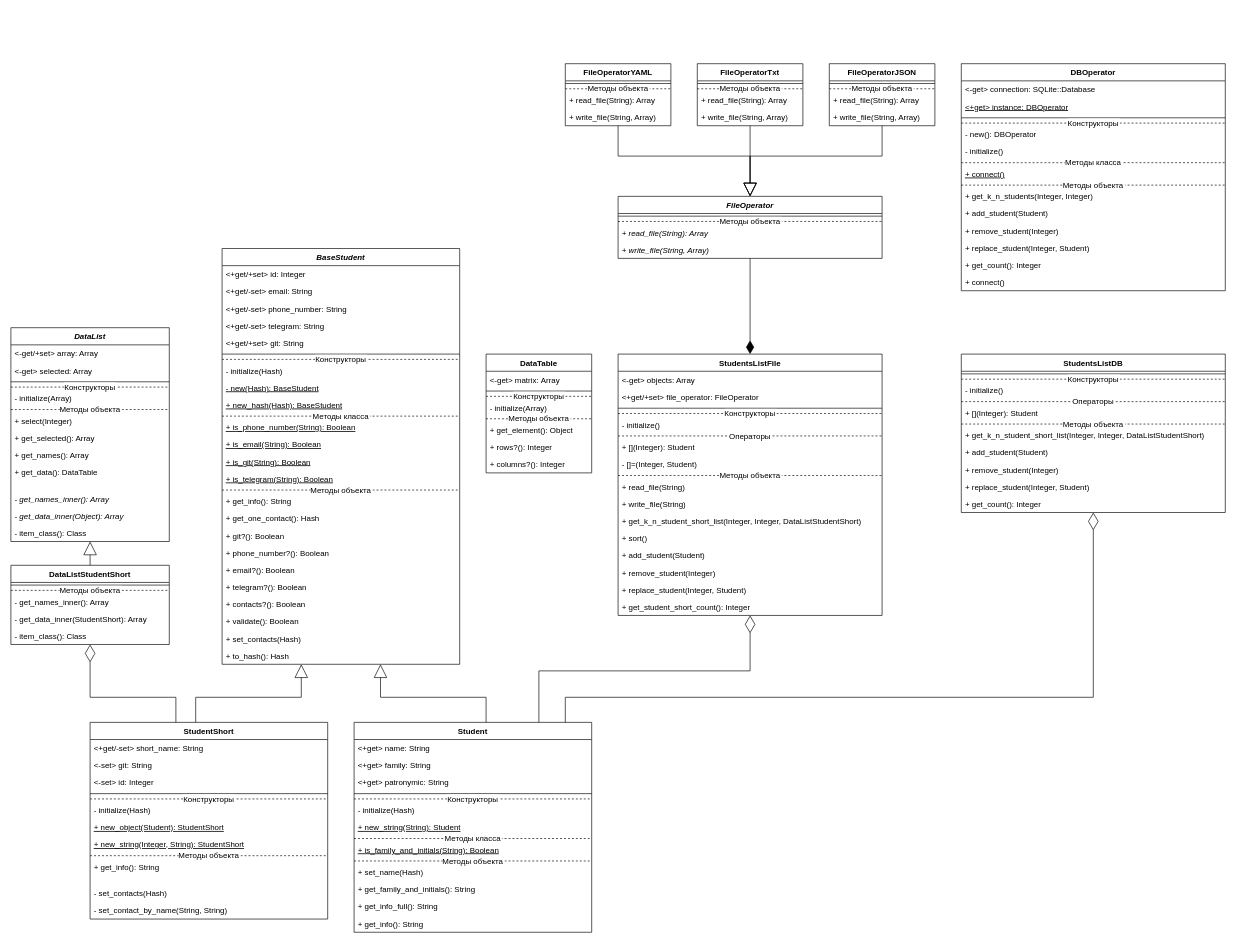
The draw.io diagram StudentProject/docs/ClassDiagram.drawio in KirSaxhlil/PatternLabs, before the edit. Source tidied: cells renumbered, new cells numbered last; positions are measured from the earlier drawing's top-left corner, leaving out a move shared by most shapes. Both pictures are drawn from the tidied source at 66%, with x=0, y=0 at pixel (11, 63).
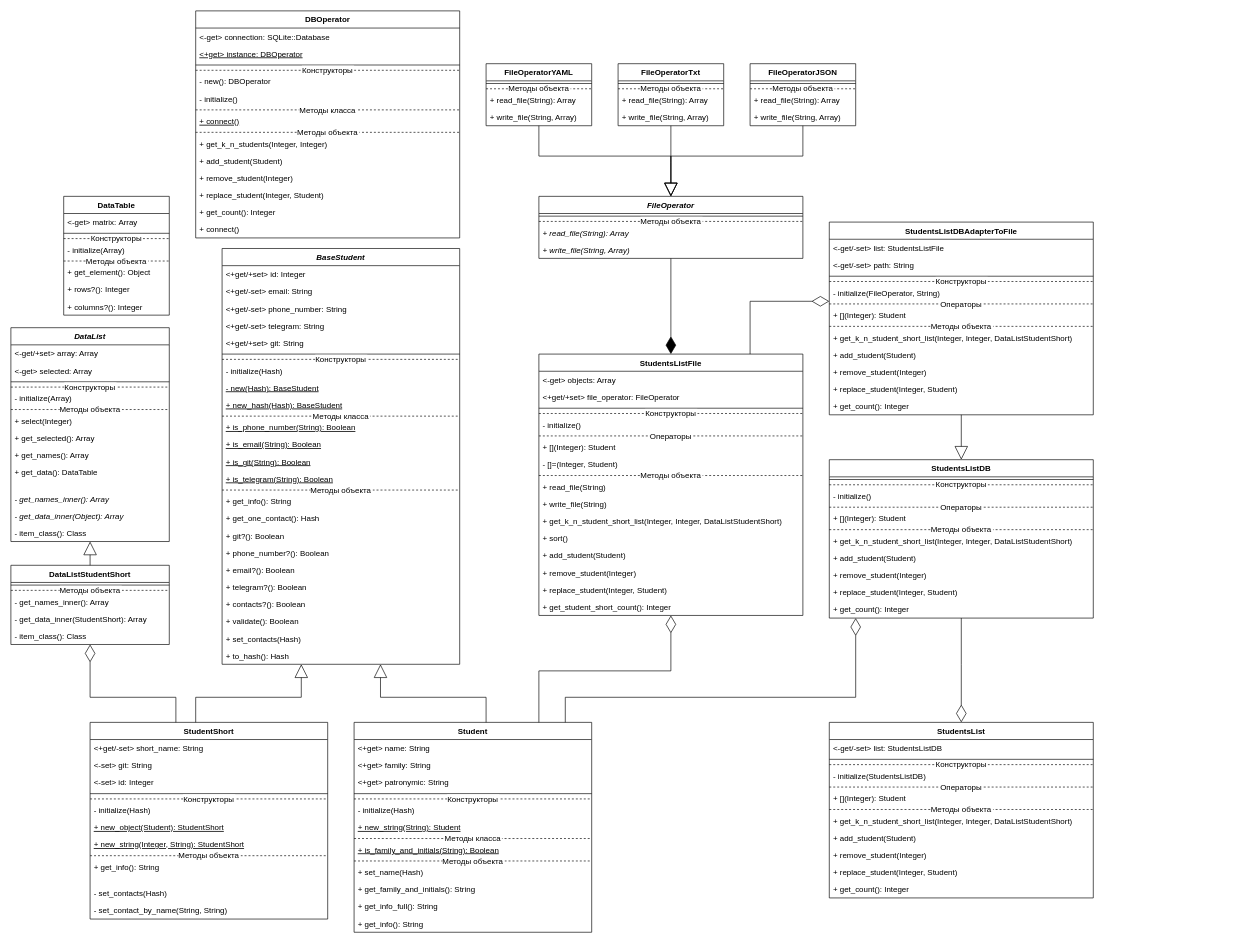
Above is the later version.

Commit message (it also covers changes not shown here):
Лаб.3 Здч.2 Обновлена диаграмма классов

The change refers to these unchanged cells:
```xml
<mxCell id="2" value="Student" style="swimlane;fontStyle=1;align=center;verticalAlign=top;horizontal=1;startSize=26;fillColor=default;swimlaneFillColor=default;" parent="1" vertex="1">
  <mxGeometry x="520" y="998" width="360" height="318" as="geometry" />
</mxCell>
```

The edit, as a diff of the source:
```diff
@@
     <mxCell id="60" value="DataTable" style="swimlane;fontStyle=1;align=center;verticalAlign=top;horizontal=1;startSize=26;swimlaneFillColor=default;" parent="1" vertex="1">
-      <mxGeometry x="720" y="440" width="160" height="180" as="geometry" />
+      <mxGeometry x="80" y="201" width="160" height="180" as="geometry" />
     </mxCell>
@@
     <mxCell id="92" value="StudentsListFile" style="swimlane;fontStyle=1;align=center;verticalAlign=top;horizontal=1;startSize=26;strokeWidth=1;swimlaneFillColor=default;" parent="1" vertex="1">
-      <mxGeometry x="920" y="440" width="400" height="396" as="geometry" />
+      <mxGeometry x="800" y="440" width="400" height="396" as="geometry" />
     </mxCell>
@@
     <mxCell id="110" style="endArrow=diamondThin;endFill=0;endSize=24;html=1;rounded=0;edgeStyle=orthogonalEdgeStyle;" parent="1" edge="1" source="2" target="92">
       <mxGeometry relative="1" as="geometry">
         <Array as="points">
           <mxPoint x="800" y="920" />
-          <mxPoint x="1120" y="920" />
+          <mxPoint x="1000" y="920" />
         </Array>
       </mxGeometry>
     </mxCell>
     <mxCell id="111" value="FileOperator" style="swimlane;fontStyle=3;align=center;verticalAlign=top;horizontal=1;startSize=26;strokeWidth=1;swimlaneFillColor=default;" parent="1" vertex="1">
-      <mxGeometry x="920" y="201" width="400" height="94" as="geometry" />
+      <mxGeometry x="800" y="201" width="400" height="94" as="geometry" />
     </mxCell>
@@
-    <mxCell id="116" style="endArrow=diamondThin;endFill=1;endSize=18;html=1;rounded=0;" parent="1" edge="1" source="111" target="92">
+    <mxCell id="116" style="endArrow=diamondThin;endFill=1;endSize=24;html=1;rounded=0;" parent="1" edge="1" source="111" target="92">
       <mxGeometry relative="1" as="geometry" />
     </mxCell>
     <mxCell id="117" value="FileOperatorTxt" style="swimlane;fontStyle=1;align=center;verticalAlign=top;horizontal=1;startSize=26;strokeWidth=1;swimlaneFillColor=default;" parent="1" vertex="1">
-      <mxGeometry x="1040" width="160" height="94" as="geometry" />
+      <mxGeometry x="920" width="160" height="94" as="geometry" />
     </mxCell>
@@
     <mxCell id="122" style="endArrow=block;html=1;rounded=0;endFill=0;jumpSize=6;endSize=18;edgeStyle=orthogonalEdgeStyle;" parent="1" edge="1" source="117" target="111">
       <mxGeometry relative="1" as="geometry">
         <Array as="points">
-          <mxPoint x="1120" y="150" />
-          <mxPoint x="1120" y="150" />
+          <mxPoint x="1000" y="150" />
+          <mxPoint x="1000" y="150" />
         </Array>
       </mxGeometry>
     </mxCell>
     <mxCell id="123" value="FileOperatorJSON" style="swimlane;fontStyle=1;align=center;verticalAlign=top;horizontal=1;startSize=26;strokeWidth=1;swimlaneFillColor=default;" parent="1" vertex="1">
-      <mxGeometry x="1240" width="160" height="94" as="geometry" />
+      <mxGeometry x="1120" width="160" height="94" as="geometry" />
     </mxCell>
@@
     <mxCell id="128" value="FileOperatorYAML" style="swimlane;fontStyle=1;align=center;verticalAlign=top;horizontal=1;startSize=26;strokeWidth=1;swimlaneFillColor=default;" parent="1" vertex="1">
-      <mxGeometry x="840" width="160" height="94" as="geometry" />
+      <mxGeometry x="720" width="160" height="94" as="geometry" />
     </mxCell>
@@
     <mxCell id="133" style="endArrow=block;html=1;rounded=0;endFill=0;jumpSize=6;endSize=18;edgeStyle=orthogonalEdgeStyle;entryX=0.5;entryY=0;entryDx=0;entryDy=0;" parent="1" edge="1" source="128" target="111">
       <mxGeometry relative="1" as="geometry">
         <Array as="points">
-          <mxPoint x="920" y="140" />
-          <mxPoint x="1120" y="140" />
+          <mxPoint x="800" y="140" />
+          <mxPoint x="1000" y="140" />
         </Array>
       </mxGeometry>
     </mxCell>
     <mxCell id="134" style="endArrow=block;html=1;rounded=0;endFill=0;jumpSize=6;endSize=18;edgeStyle=orthogonalEdgeStyle;entryX=0.5;entryY=0;entryDx=0;entryDy=0;" parent="1" edge="1" source="123" target="111">
       <mxGeometry relative="1" as="geometry">
         <Array as="points">
-          <mxPoint x="1320" y="140" />
-          <mxPoint x="1120" y="140" />
+          <mxPoint x="1200" y="140" />
+          <mxPoint x="1000" y="140" />
         </Array>
       </mxGeometry>
     </mxCell>
     <mxCell id="135" value="StudentsListDB" style="swimlane;fontStyle=1;align=center;verticalAlign=top;horizontal=1;startSize=26;strokeWidth=1;swimlaneFillColor=default;" parent="1" vertex="1">
-      <mxGeometry x="1440" y="440" width="400" height="240" as="geometry" />
+      <mxGeometry x="1240" y="600" width="400" height="240" as="geometry" />
     </mxCell>
@@
     <mxCell id="147" style="endArrow=diamondThin;endFill=0;endSize=24;html=1;rounded=0;edgeStyle=orthogonalEdgeStyle;" parent="1" edge="1" source="2" target="135">
       <mxGeometry relative="1" as="geometry">
         <Array as="points">
           <mxPoint x="840" y="960" />
-          <mxPoint x="1640" y="960" />
+          <mxPoint x="1280" y="960" />
         </Array>
       </mxGeometry>
     </mxCell>
     <mxCell id="148" value="DBOperator" style="swimlane;fontStyle=1;align=center;verticalAlign=top;horizontal=1;startSize=26;strokeWidth=1;swimlaneFillColor=default;" parent="1" vertex="1">
-      <mxGeometry x="1440" width="400" height="344" as="geometry" />
+      <mxGeometry x="280" y="-80" width="400" height="344" as="geometry" />
     </mxCell>
@@
+    <mxCell id="164" value="StudentsList" style="swimlane;fontStyle=1;align=center;verticalAlign=top;horizontal=1;startSize=26;strokeWidth=1;swimlaneFillColor=default;" parent="1" vertex="1">
+      <mxGeometry x="1240" y="998" width="400" height="266" as="geometry" />
+    </mxCell>
+    <mxCell id="165" value="&lt;-get/-set&gt; list: StudentsListDB" style="text;strokeColor=none;fillColor=none;align=left;verticalAlign=top;spacingLeft=4;spacingRight=4;overflow=hidden;" parent="164" vertex="1">
+      <mxGeometry y="26" width="400" height="26" as="geometry" />
+    </mxCell>
+    <mxCell id="166" style="line;strokeWidth=1;fillColor=none;align=left;verticalAlign=middle;spacingTop=-1;spacingLeft=3;spacingRight=3;labelPosition=right;strokeColor=inherit;" parent="164" vertex="1">
+      <mxGeometry y="52" width="400" height="8" as="geometry" />
+    </mxCell>
+    <mxCell id="167" value="Конструкторы" style="line;strokeWidth=1;fillColor=none;align=center;verticalAlign=middle;spacingTop=-1;spacingLeft=3;spacingRight=3;labelPosition=center;strokeColor=inherit;dashed=1;verticalLabelPosition=middle;" parent="164" vertex="1">
+      <mxGeometry y="60" width="400" height="8" as="geometry" />
+    </mxCell>
+    <mxCell id="168" value="- initialize(StudentsListDB)" style="text;strokeColor=none;fillColor=none;align=left;verticalAlign=top;spacingLeft=4;spacingRight=4;overflow=hidden;dashed=1;strokeWidth=1;" parent="164" vertex="1">
+      <mxGeometry y="68" width="400" height="26" as="geometry" />
+    </mxCell>
+    <mxCell id="169" value="Операторы" style="line;strokeWidth=1;fillColor=none;align=center;verticalAlign=middle;spacingTop=-1;spacingLeft=3;spacingRight=3;labelPosition=center;strokeColor=inherit;dashed=1;verticalLabelPosition=middle;" parent="164" vertex="1">
+      <mxGeometry y="94" width="400" height="8" as="geometry" />
+    </mxCell>
+    <mxCell id="170" value="+ [](Integer): Student" style="text;strokeColor=none;fillColor=none;align=left;verticalAlign=top;spacingLeft=4;spacingRight=4;overflow=hidden;dashed=1;strokeWidth=1;" parent="164" vertex="1">
+      <mxGeometry y="102" width="400" height="26" as="geometry" />
+    </mxCell>
+    <mxCell id="171" value="Методы объекта" style="line;strokeWidth=1;fillColor=none;align=center;verticalAlign=middle;spacingTop=-1;spacingLeft=3;spacingRight=3;labelPosition=center;strokeColor=inherit;dashed=1;verticalLabelPosition=middle;" parent="164" vertex="1">
+      <mxGeometry y="128" width="400" height="8" as="geometry" />
+    </mxCell>
+    <mxCell id="172" value="+ get_k_n_student_short_list(Integer, Integer, DataListStudentShort)" style="text;strokeColor=none;fillColor=none;align=left;verticalAlign=top;spacingLeft=4;spacingRight=4;overflow=hidden;dashed=1;strokeWidth=1;" parent="164" vertex="1">
+      <mxGeometry y="136" width="400" height="26" as="geometry" />
+    </mxCell>
+    <mxCell id="173" value="+ add_student(Student)" style="text;strokeColor=none;fillColor=none;align=left;verticalAlign=top;spacingLeft=4;spacingRight=4;overflow=hidden;dashed=1;strokeWidth=1;" parent="164" vertex="1">
+      <mxGeometry y="162" width="400" height="26" as="geometry" />
+    </mxCell>
+    <mxCell id="174" value="+ remove_student(Integer)" style="text;strokeColor=none;fillColor=none;align=left;verticalAlign=top;spacingLeft=4;spacingRight=4;overflow=hidden;dashed=1;strokeWidth=1;" parent="164" vertex="1">
+      <mxGeometry y="188" width="400" height="26" as="geometry" />
+    </mxCell>
+    <mxCell id="175" value="+ replace_student(Integer, Student)" style="text;strokeColor=none;fillColor=none;align=left;verticalAlign=top;spacingLeft=4;spacingRight=4;overflow=hidden;dashed=1;strokeWidth=1;" parent="164" vertex="1">
+      <mxGeometry y="214" width="400" height="26" as="geometry" />
+    </mxCell>
+    <mxCell id="176" value="+ get_count(): Integer" style="text;strokeColor=none;fillColor=none;align=left;verticalAlign=top;spacingLeft=4;spacingRight=4;overflow=hidden;dashed=1;strokeWidth=1;" parent="164" vertex="1">
+      <mxGeometry y="240" width="400" height="26" as="geometry" />
+    </mxCell>
+    <mxCell id="177" value="StudentsListDBAdapterToFile" style="swimlane;fontStyle=1;align=center;verticalAlign=top;horizontal=1;startSize=26;strokeWidth=1;swimlaneFillColor=default;" parent="1" vertex="1">
+      <mxGeometry x="1240" y="240" width="400" height="292" as="geometry" />
+    </mxCell>
+    <mxCell id="178" value="&lt;-get/-set&gt; list: StudentsListFile" style="text;strokeColor=none;fillColor=none;align=left;verticalAlign=top;spacingLeft=4;spacingRight=4;overflow=hidden;" parent="177" vertex="1">
+      <mxGeometry y="26" width="400" height="26" as="geometry" />
+    </mxCell>
+    <mxCell id="179" value="&lt;-get/-set&gt; path: String" style="text;strokeColor=none;fillColor=none;align=left;verticalAlign=top;spacingLeft=4;spacingRight=4;overflow=hidden;" parent="177" vertex="1">
+      <mxGeometry y="52" width="400" height="26" as="geometry" />
+    </mxCell>
+    <mxCell id="180" style="line;strokeWidth=1;fillColor=none;align=left;verticalAlign=middle;spacingTop=-1;spacingLeft=3;spacingRight=3;labelPosition=right;strokeColor=inherit;" parent="177" vertex="1">
+      <mxGeometry y="78" width="400" height="8" as="geometry" />
+    </mxCell>
+    <mxCell id="181" value="Конструкторы" style="line;strokeWidth=1;fillColor=none;align=center;verticalAlign=middle;spacingTop=-1;spacingLeft=3;spacingRight=3;labelPosition=center;strokeColor=inherit;dashed=1;verticalLabelPosition=middle;" parent="177" vertex="1">
+      <mxGeometry y="86" width="400" height="8" as="geometry" />
+    </mxCell>
+    <mxCell id="182" value="- initialize(FileOperator, String)" style="text;strokeColor=none;fillColor=none;align=left;verticalAlign=top;spacingLeft=4;spacingRight=4;overflow=hidden;dashed=1;strokeWidth=1;" parent="177" vertex="1">
+      <mxGeometry y="94" width="400" height="26" as="geometry" />
+    </mxCell>
+    <mxCell id="183" value="Операторы" style="line;strokeWidth=1;fillColor=none;align=center;verticalAlign=middle;spacingTop=-1;spacingLeft=3;spacingRight=3;labelPosition=center;strokeColor=inherit;dashed=1;verticalLabelPosition=middle;" parent="177" vertex="1">
+      <mxGeometry y="120" width="400" height="8" as="geometry" />
+    </mxCell>
+    <mxCell id="184" value="+ [](Integer): Student" style="text;strokeColor=none;fillColor=none;align=left;verticalAlign=top;spacingLeft=4;spacingRight=4;overflow=hidden;dashed=1;strokeWidth=1;" parent="177" vertex="1">
+      <mxGeometry y="128" width="400" height="26" as="geometry" />
+    </mxCell>
+    <mxCell id="185" value="Методы объекта" style="line;strokeWidth=1;fillColor=none;align=center;verticalAlign=middle;spacingTop=-1;spacingLeft=3;spacingRight=3;labelPosition=center;strokeColor=inherit;dashed=1;verticalLabelPosition=middle;" parent="177" vertex="1">
+      <mxGeometry y="154" width="400" height="8" as="geometry" />
+    </mxCell>
+    <mxCell id="186" value="+ get_k_n_student_short_list(Integer, Integer, DataListStudentShort)" style="text;strokeColor=none;fillColor=none;align=left;verticalAlign=top;spacingLeft=4;spacingRight=4;overflow=hidden;dashed=1;strokeWidth=1;" parent="177" vertex="1">
+      <mxGeometry y="162" width="400" height="26" as="geometry" />
+    </mxCell>
+    <mxCell id="187" value="+ add_student(Student)" style="text;strokeColor=none;fillColor=none;align=left;verticalAlign=top;spacingLeft=4;spacingRight=4;overflow=hidden;dashed=1;strokeWidth=1;" parent="177" vertex="1">
+      <mxGeometry y="188" width="400" height="26" as="geometry" />
+    </mxCell>
+    <mxCell id="188" value="+ remove_student(Integer)" style="text;strokeColor=none;fillColor=none;align=left;verticalAlign=top;spacingLeft=4;spacingRight=4;overflow=hidden;dashed=1;strokeWidth=1;" parent="177" vertex="1">
+      <mxGeometry y="214" width="400" height="26" as="geometry" />
+    </mxCell>
+    <mxCell id="189" value="+ replace_student(Integer, Student)" style="text;strokeColor=none;fillColor=none;align=left;verticalAlign=top;spacingLeft=4;spacingRight=4;overflow=hidden;dashed=1;strokeWidth=1;" parent="177" vertex="1">
+      <mxGeometry y="240" width="400" height="26" as="geometry" />
+    </mxCell>
+    <mxCell id="190" value="+ get_count(): Integer" style="text;strokeColor=none;fillColor=none;align=left;verticalAlign=top;spacingLeft=4;spacingRight=4;overflow=hidden;dashed=1;strokeWidth=1;" parent="177" vertex="1">
+      <mxGeometry y="266" width="400" height="26" as="geometry" />
+    </mxCell>
+    <mxCell id="191" style="endArrow=diamondThin;endFill=0;endSize=24;html=1;rounded=0;edgeStyle=orthogonalEdgeStyle;" parent="1" edge="1" source="92" target="177">
+      <mxGeometry relative="1" as="geometry">
+        <Array as="points">
+          <mxPoint x="1120" y="360" />
+        </Array>
+      </mxGeometry>
+    </mxCell>
+    <mxCell id="192" style="endArrow=block;endFill=0;endSize=18;html=1;rounded=0;jumpSize=6;" parent="1" edge="1" source="177" target="135">
+      <mxGeometry relative="1" as="geometry" />
+    </mxCell>
+    <mxCell id="193" style="endArrow=diamondThin;endFill=0;endSize=24;html=1;rounded=0;jumpSize=6;edgeStyle=orthogonalEdgeStyle;" parent="1" edge="1" source="135" target="164">
+      <mxGeometry relative="1" as="geometry">
+        <Array as="points">
+          <mxPoint x="1440" y="910" />
+          <mxPoint x="1440" y="910" />
+        </Array>
+      </mxGeometry>
+    </mxCell>
```
